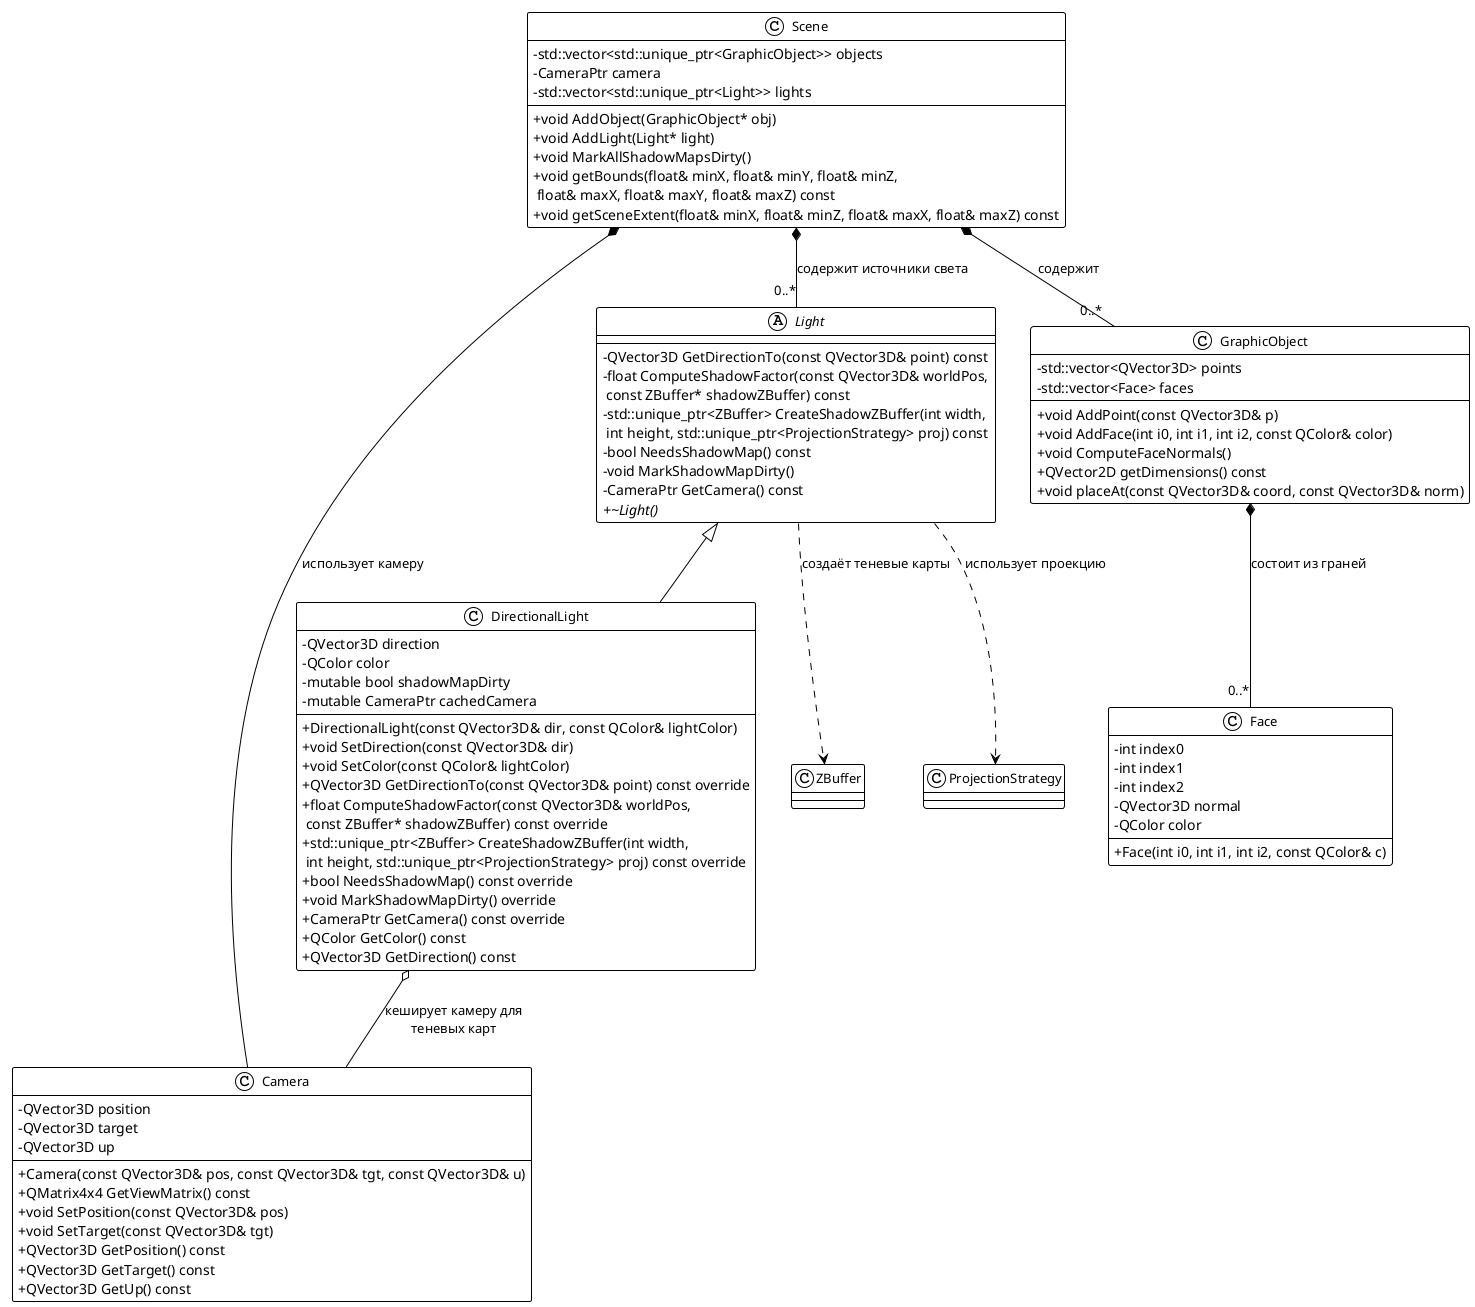
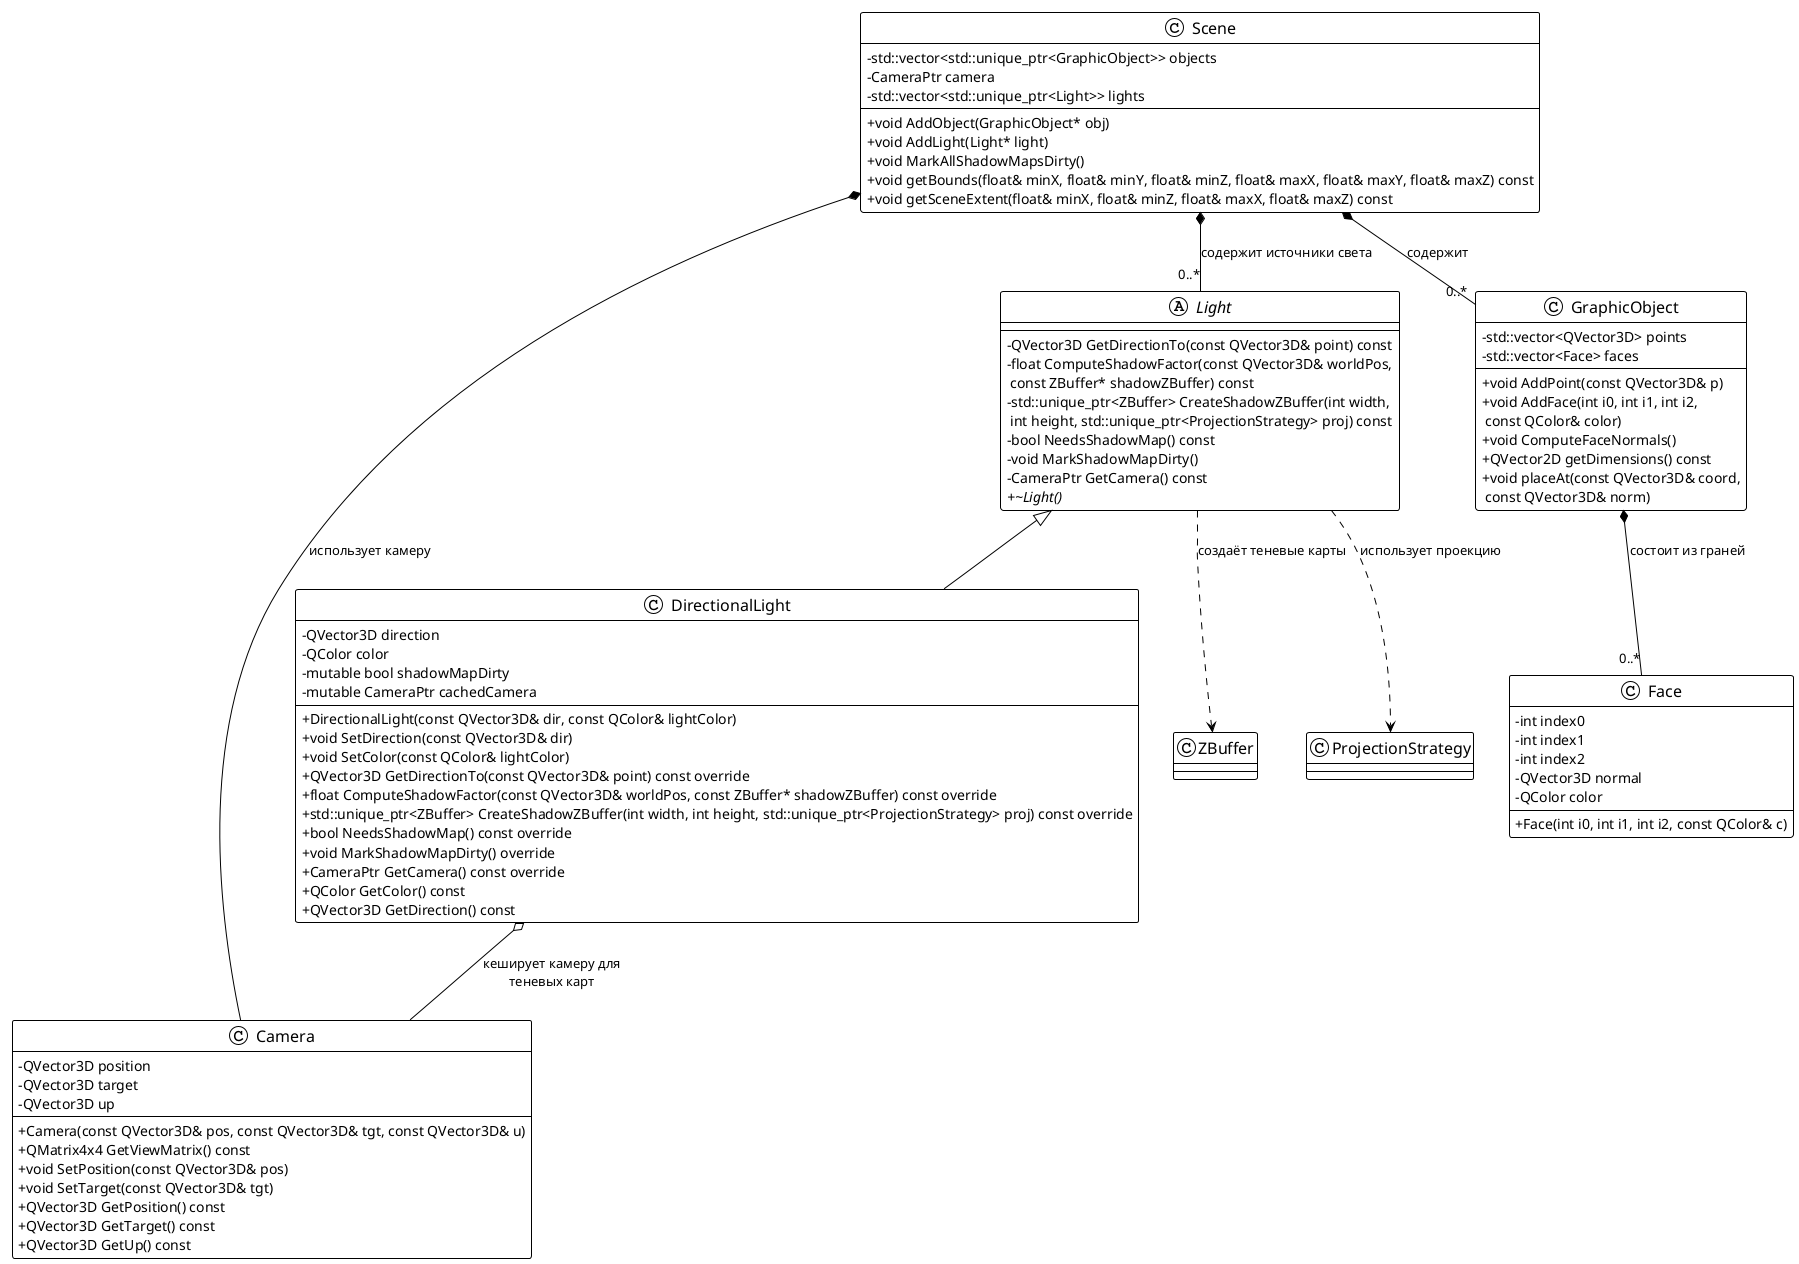
@startuml SceneComposition
!theme plain
- skinparam classFontSize 13
+ skinparam classFontSize 16
skinparam classAttributeIconSize 0
+ 

class Scene {
  -std::vector<std::unique_ptr<GraphicObject>> objects
  -CameraPtr camera
  -std::vector<std::unique_ptr<Light>> lights
  +void AddObject(GraphicObject* obj)
  +void AddLight(Light* light)
  +void MarkAllShadowMapsDirty()
-   +void getBounds(float& minX, float& minY, float& minZ,\n float& maxX, float& maxY, float& maxZ) const
+   +void getBounds(float& minX, float& minY, float& minZ, float& maxX, float& maxY, float& maxZ) const
  +void getSceneExtent(float& minX, float& minZ, float& maxX, float& maxZ) const
}

class Camera {
  -QVector3D position
  -QVector3D target
  -QVector3D up
  +Camera(const QVector3D& pos, const QVector3D& tgt, const QVector3D& u)
  +QMatrix4x4 GetViewMatrix() const
  +void SetPosition(const QVector3D& pos)
  +void SetTarget(const QVector3D& tgt)
  +QVector3D GetPosition() const
  +QVector3D GetTarget() const
  +QVector3D GetUp() const
}

abstract class Light {
  -QVector3D GetDirectionTo(const QVector3D& point) const
  -float ComputeShadowFactor(const QVector3D& worldPos,\n const ZBuffer* shadowZBuffer) const
  -std::unique_ptr<ZBuffer> CreateShadowZBuffer(int width, \n int height, std::unique_ptr<ProjectionStrategy> proj) const
  -bool NeedsShadowMap() const
  -void MarkShadowMapDirty()
  -CameraPtr GetCamera() const
  +{abstract} ~Light()
}

class DirectionalLight {
  -QVector3D direction
  -QColor color
  -mutable bool shadowMapDirty
  -mutable CameraPtr cachedCamera
  +DirectionalLight(const QVector3D& dir, const QColor& lightColor)
  +void SetDirection(const QVector3D& dir)
  +void SetColor(const QColor& lightColor)
  +QVector3D GetDirectionTo(const QVector3D& point) const override
-   +float ComputeShadowFactor(const QVector3D& worldPos,\n const ZBuffer* shadowZBuffer) const override
-   +std::unique_ptr<ZBuffer> CreateShadowZBuffer(int width,\n int height, std::unique_ptr<ProjectionStrategy> proj) const override
+   +float ComputeShadowFactor(const QVector3D& worldPos, const ZBuffer* shadowZBuffer) const override
+   +std::unique_ptr<ZBuffer> CreateShadowZBuffer(int width, int height, std::unique_ptr<ProjectionStrategy> proj) const override
  +bool NeedsShadowMap() const override
  +void MarkShadowMapDirty() override
  +CameraPtr GetCamera() const override
  +QColor GetColor() const
  +QVector3D GetDirection() const
}

class GraphicObject {
  -std::vector<QVector3D> points
  -std::vector<Face> faces
  +void AddPoint(const QVector3D& p)
-   +void AddFace(int i0, int i1, int i2, const QColor& color)
+   +void AddFace(int i0, int i1, int i2,\n const QColor& color)
  +void ComputeFaceNormals()
  +QVector2D getDimensions() const
-   +void placeAt(const QVector3D& coord, const QVector3D& norm)
+   +void placeAt(const QVector3D& coord,\n const QVector3D& norm)
}

class Face {
  -int index0
  -int index1
  -int index2
  -QVector3D normal
  -QColor color
  +Face(int i0, int i1, int i2, const QColor& c)
}

class ZBuffer
class ProjectionStrategy

Scene *-- "0..*" GraphicObject : содержит
Scene *-- "0..*" Light : содержит источники света
Scene *-- Camera : использует камеру
Light <|-- DirectionalLight
GraphicObject *-- "0..*" Face : состоит из граней
DirectionalLight o-- Camera : кеширует камеру для\nтеневых карт
Light ..> ZBuffer : создаёт теневые карты
Light ..> ProjectionStrategy : использует проекцию
@enduml